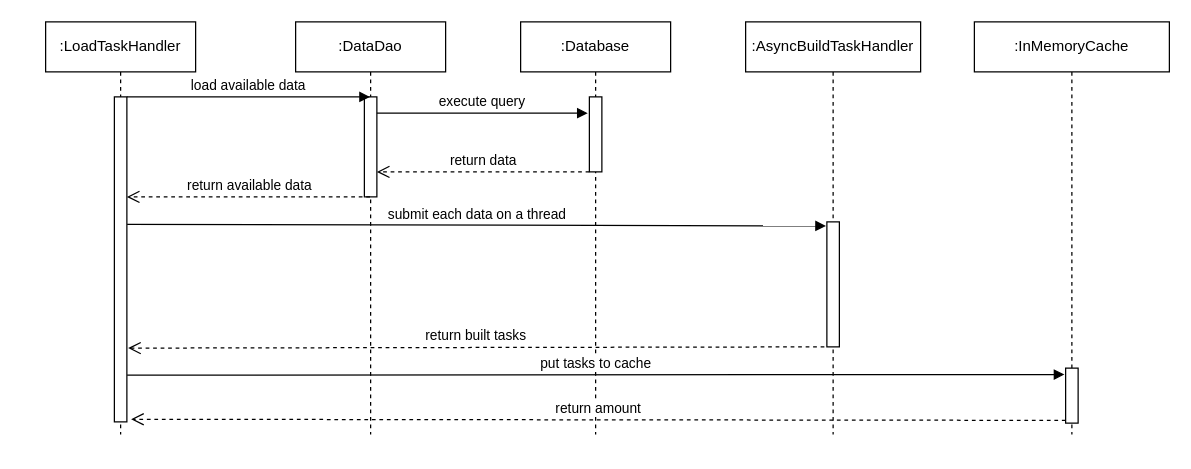
The draw.io diagram page "Load Task" (1 of 4) of Untitled Diagram.drawio in minhtran-q/documents, before the edit. Source tidied: cells renumbered, new cells numbered last; positions are measured from the earlier drawing's top-left corner, leaving out a move shared by most shapes. Both pictures are drawn from the tidied source at 125%, with x=0, y=0 at pixel (45, 21).
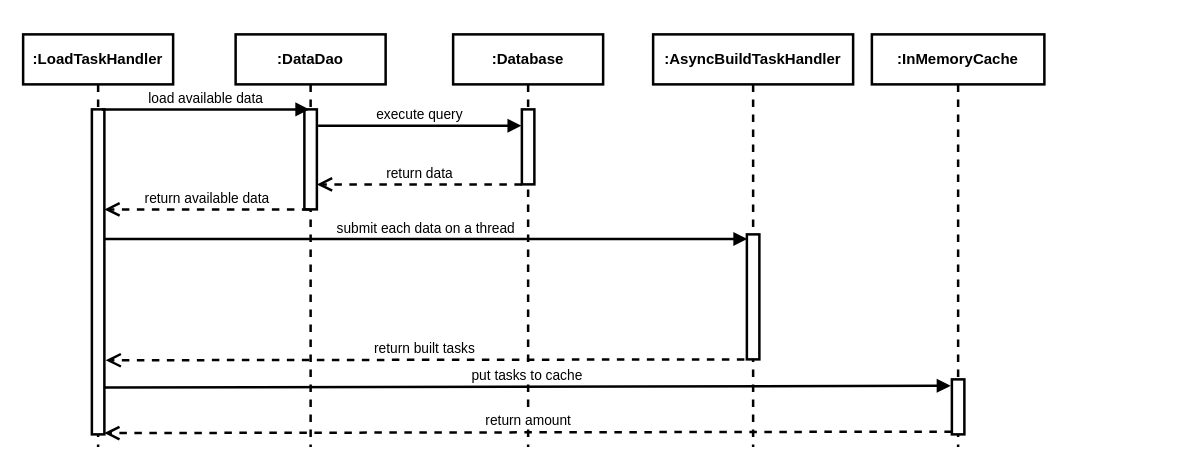
Above is the later version.

What changed in the source:
```diff
@@
-    <mxCell id="2" value=":LoadTaskHandler" style="shape=umlLifeline;perimeter=lifelinePerimeter;whiteSpace=wrap;html=1;" parent="1" vertex="1">
-      <mxGeometry width="120" height="330" as="geometry" />
+    <mxCell id="2" value=":LoadTaskHandler" style="shape=umlLifeline;perimeter=lifelinePerimeter;whiteSpace=wrap;html=1;strokeWidth=2;fontStyle=1;" parent="1" vertex="1">
+      <mxGeometry x="-18" y="10" width="120" height="330" as="geometry" />
     </mxCell>
-    <mxCell id="3" style="html=1;points=[];perimeter=orthogonalPerimeter;" parent="2" vertex="1">
+    <mxCell id="3" style="html=1;points=[];perimeter=orthogonalPerimeter;strokeWidth=2;" parent="2" vertex="1">
       <mxGeometry x="55" y="60" width="10" height="260" as="geometry" />
     </mxCell>
-    <mxCell id="4" value=":DataDao" style="shape=umlLifeline;perimeter=lifelinePerimeter;whiteSpace=wrap;html=1;outlineConnect=0;" parent="1" vertex="1">
-      <mxGeometry x="200" width="120" height="330" as="geometry" />
+    <mxCell id="4" value=":DataDao" style="shape=umlLifeline;perimeter=lifelinePerimeter;whiteSpace=wrap;html=1;outlineConnect=0;strokeWidth=2;fontStyle=1;" parent="1" vertex="1">
+      <mxGeometry x="152" y="10" width="120" height="330" as="geometry" />
     </mxCell>
-    <mxCell id="5" style="html=1;points=[];perimeter=orthogonalPerimeter;" parent="4" vertex="1">
+    <mxCell id="5" style="html=1;points=[];perimeter=orthogonalPerimeter;strokeWidth=2;" parent="4" vertex="1">
       <mxGeometry x="55" y="60" width="10" height="80" as="geometry" />
     </mxCell>
-    <mxCell id="6" value=":AsyncBuildTaskHandler" style="shape=umlLifeline;perimeter=lifelinePerimeter;whiteSpace=wrap;html=1;" parent="1" vertex="1">
-      <mxGeometry x="560" width="140" height="330" as="geometry" />
+    <mxCell id="6" value=":AsyncBuildTaskHandler" style="shape=umlLifeline;perimeter=lifelinePerimeter;whiteSpace=wrap;html=1;strokeWidth=2;fontStyle=1;" parent="1" vertex="1">
+      <mxGeometry x="486" y="10" width="160" height="330" as="geometry" />
     </mxCell>
-    <mxCell id="7" style="html=1;points=[];perimeter=orthogonalPerimeter;" parent="6" vertex="1">
-      <mxGeometry x="65" y="160" width="10" height="100" as="geometry" />
+    <mxCell id="7" style="html=1;points=[];perimeter=orthogonalPerimeter;strokeWidth=2;" parent="6" vertex="1">
+      <mxGeometry x="75" y="160" width="10" height="100" as="geometry" />
     </mxCell>
-    <mxCell id="8" value=":Database" style="shape=umlLifeline;perimeter=lifelinePerimeter;whiteSpace=wrap;html=1;" parent="1" vertex="1">
-      <mxGeometry x="380" width="120" height="330" as="geometry" />
+    <mxCell id="8" value=":Database" style="shape=umlLifeline;perimeter=lifelinePerimeter;whiteSpace=wrap;html=1;strokeWidth=2;fontStyle=1;" parent="1" vertex="1">
+      <mxGeometry x="326" y="10" width="120" height="330" as="geometry" />
     </mxCell>
-    <mxCell id="9" style="html=1;points=[];perimeter=orthogonalPerimeter;" parent="8" vertex="1">
+    <mxCell id="9" style="html=1;points=[];perimeter=orthogonalPerimeter;strokeWidth=2;" parent="8" vertex="1">
       <mxGeometry x="55" y="60" width="10" height="60" as="geometry" />
     </mxCell>
-    <mxCell id="10" value="load available data" style="html=1;verticalAlign=bottom;endArrow=block;rounded=0;" parent="1" edge="1" target="4">
+    <mxCell id="10" value="load available data" style="html=1;verticalAlign=bottom;endArrow=block;rounded=0;strokeWidth=2;" parent="1" edge="1" target="4">
       <mxGeometry relative="1" as="geometry">
-        <mxPoint x="65" y="60" as="sourcePoint" />
+        <mxPoint x="45" y="70" as="sourcePoint" />
       </mxGeometry>
     </mxCell>
-    <mxCell id="11" value="execute query" style="html=1;verticalAlign=bottom;endArrow=block;rounded=0;entryX=-0.133;entryY=0.133;entryDx=0;entryDy=0;entryPerimeter=0;" parent="1" edge="1">
+    <mxCell id="11" value="execute query" style="html=1;verticalAlign=bottom;endArrow=block;rounded=0;entryX=-0.031;entryY=0.217;entryDx=0;entryDy=0;entryPerimeter=0;strokeWidth=2;" parent="1" edge="1" target="9">
       <mxGeometry relative="1" as="geometry">
-        <mxPoint x="265" y="73" as="sourcePoint" />
-        <mxPoint x="433.7" y="73" as="targetPoint" />
+        <mxPoint x="218" y="83" as="sourcePoint" />
       </mxGeometry>
     </mxCell>
-    <mxCell id="12" value="return data" style="html=1;verticalAlign=bottom;endArrow=open;dashed=1;endSize=8;rounded=0;exitX=0;exitY=1;exitDx=0;exitDy=0;exitPerimeter=0;" parent="1" edge="1" source="9" target="5">
+    <mxCell id="12" value="return data" style="html=1;verticalAlign=bottom;endArrow=open;dashed=1;endSize=8;rounded=0;exitX=0;exitY=1;exitDx=0;exitDy=0;exitPerimeter=0;strokeWidth=2;" parent="1" edge="1" source="9" target="5">
       <mxGeometry relative="1" as="geometry" />
     </mxCell>
-    <mxCell id="13" value="return available data" style="html=1;verticalAlign=bottom;endArrow=open;dashed=1;endSize=8;rounded=0;" parent="1" edge="1" source="4" target="3">
+    <mxCell id="13" value="return available data" style="html=1;verticalAlign=bottom;endArrow=open;dashed=1;endSize=8;rounded=0;strokeWidth=2;" parent="1" edge="1" source="4" target="3">
       <mxGeometry relative="1" as="geometry">
         <Array as="points">
-          <mxPoint x="180" y="140" />
+          <mxPoint x="160" y="150" />
         </Array>
       </mxGeometry>
     </mxCell>
-    <mxCell id="14" value=":InMemoryCache" style="shape=umlLifeline;perimeter=lifelinePerimeter;whiteSpace=wrap;html=1;" parent="1" vertex="1">
-      <mxGeometry x="743" width="156" height="330" as="geometry" />
+    <mxCell id="14" value=":InMemoryCache" style="shape=umlLifeline;perimeter=lifelinePerimeter;whiteSpace=wrap;html=1;strokeWidth=2;fontStyle=1;" parent="1" vertex="1">
+      <mxGeometry x="661" y="10" width="138" height="330" as="geometry" />
     </mxCell>
-    <mxCell id="15" style="html=1;points=[];perimeter=orthogonalPerimeter;" parent="14" vertex="1">
-      <mxGeometry x="73" y="277" width="10" height="44" as="geometry" />
+    <mxCell id="15" style="html=1;points=[];perimeter=orthogonalPerimeter;strokeWidth=2;" parent="14" vertex="1">
+      <mxGeometry x="64" y="276" width="10" height="44" as="geometry" />
     </mxCell>
-    <mxCell id="16" value="submit each data on a thread" style="html=1;verticalAlign=bottom;endArrow=block;rounded=0;entryX=-0.067;entryY=0.094;entryDx=0;entryDy=0;entryPerimeter=0;exitX=1.02;exitY=0.392;exitDx=0;exitDy=0;exitPerimeter=0;" parent="1" edge="1" source="3">
-      <mxGeometry relative="1" as="geometry">
-        <mxPoint x="624.3" y="163.3" as="targetPoint" />
-      </mxGeometry>
+    <mxCell id="16" value="submit each data on a thread" style="html=1;verticalAlign=bottom;endArrow=block;rounded=0;entryX=0.04;entryY=0.037;entryDx=0;entryDy=0;entryPerimeter=0;strokeWidth=2;" parent="1" edge="1" source="3" target="7">
+      <mxGeometry relative="1" as="geometry" />
     </mxCell>
-    <mxCell id="17" value="return built tasks" style="html=1;verticalAlign=bottom;endArrow=open;dashed=1;endSize=8;rounded=0;exitX=-0.2;exitY=1;exitDx=0;exitDy=0;exitPerimeter=0;entryX=1.1;entryY=0.773;entryDx=0;entryDy=0;entryPerimeter=0;" parent="1" edge="1" source="7" target="3">
+    <mxCell id="17" value="return built tasks" style="html=1;verticalAlign=bottom;endArrow=open;dashed=1;endSize=8;rounded=0;exitX=-0.2;exitY=1;exitDx=0;exitDy=0;exitPerimeter=0;entryX=1.1;entryY=0.772;entryDx=0;entryDy=0;entryPerimeter=0;strokeWidth=2;" parent="1" edge="1" source="7" target="3">
       <mxGeometry relative="1" as="geometry" />
     </mxCell>
-    <mxCell id="18" value="put tasks to cache" style="html=1;verticalAlign=bottom;endArrow=block;entryX=-0.093;entryY=0.117;rounded=0;entryDx=0;entryDy=0;entryPerimeter=0;exitX=1.02;exitY=0.856;exitDx=0;exitDy=0;exitPerimeter=0;" parent="1" edge="1" source="3" target="15">
+    <mxCell id="18" value="put tasks to cache" style="html=1;verticalAlign=bottom;endArrow=block;entryX=-0.093;entryY=0.117;rounded=0;entryDx=0;entryDy=0;entryPerimeter=0;exitX=1.02;exitY=0.856;exitDx=0;exitDy=0;exitPerimeter=0;strokeWidth=2;" parent="1" edge="1" source="3" target="15">
       <mxGeometry relative="1" as="geometry" />
     </mxCell>
-    <mxCell id="19" value="return amount" style="html=1;verticalAlign=bottom;endArrow=open;dashed=1;endSize=8;exitX=0;exitY=0.95;rounded=0;entryX=1.34;entryY=0.992;entryDx=0;entryDy=0;entryPerimeter=0;" parent="1" edge="1" source="15" target="3">
+    <mxCell id="19" value="return amount" style="html=1;verticalAlign=bottom;endArrow=open;dashed=1;endSize=8;exitX=0;exitY=0.95;rounded=0;entryX=0.989;entryY=0.996;entryDx=0;entryDy=0;entryPerimeter=0;strokeWidth=2;" parent="1" edge="1" source="15" target="3">
       <mxGeometry relative="1" as="geometry" />
     </mxCell>
```
